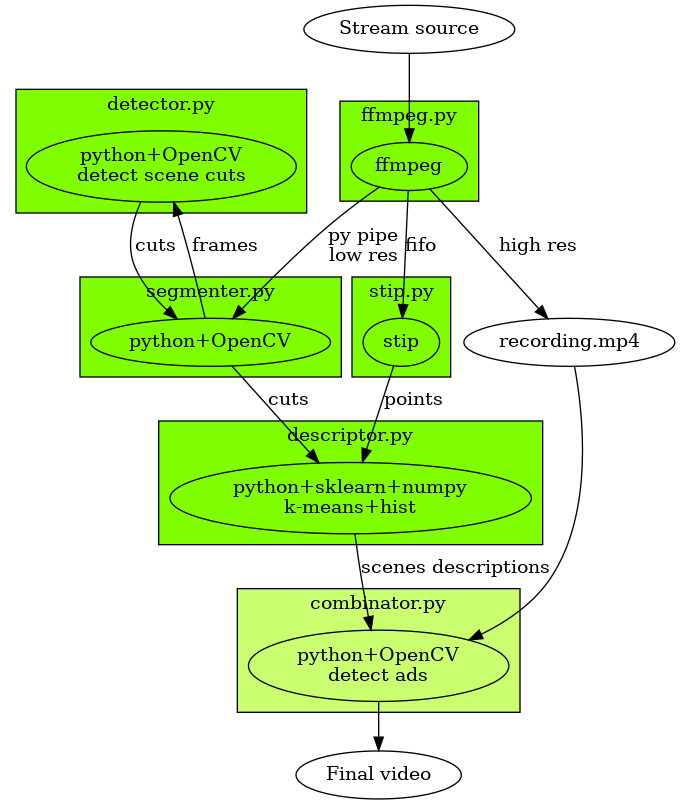
The Graphviz diagram graph.png in ilyaluk/detect_ads, before a commit. Its source is kept beside it as graph.gv.
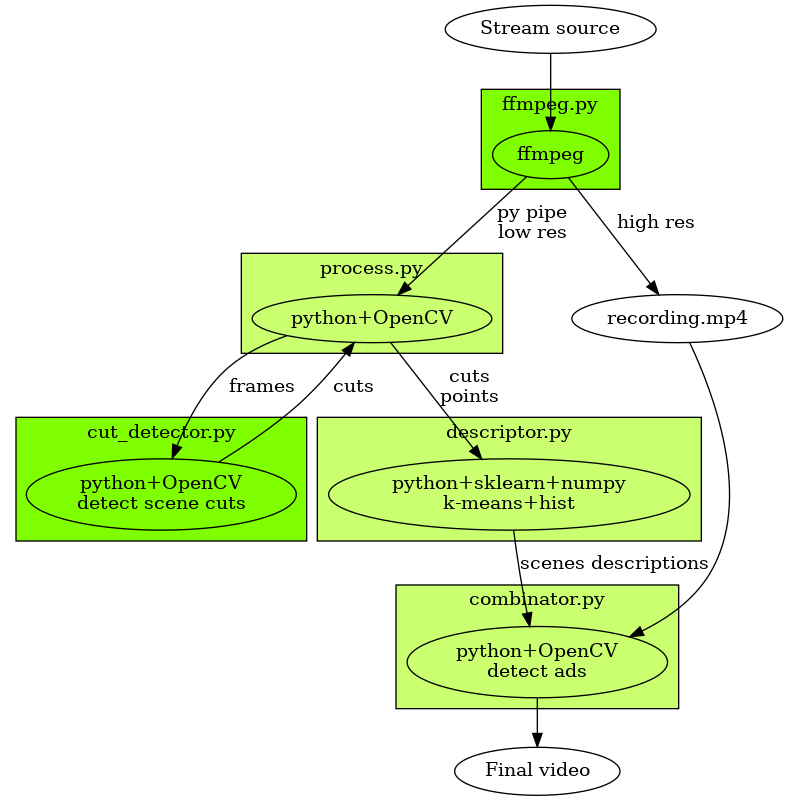
Later version of the same file.

Commit message:
STIP removal in process. Now architecture more clear and fast.

Change to the diagram source:
```diff
@@ -5,18 +5,13 @@
 		bgcolor = "chartreuse";
 	}
 	subgraph cluster_1 {
-		b0[label="stip"];
-		label = "stip.py";
-		bgcolor = "chartreuse";
+		b0[label="python+OpenCV"];
+		label = "process.py";
+		bgcolor = "darkolivegreen1";
 	}
 	subgraph cluster_2 {
 		f0[label="python+OpenCV\ndetect scene cuts"];
-		label = "detector.py";
-		bgcolor = "chartreuse";
-	}
-	subgraph cluster_3 {
-		d0[label="python+OpenCV\n"];
-		label = "segmenter.py";
+		label = "cut_detector.py";
 		bgcolor = "chartreuse";
 	}
 	subgraph cluster_4 {
@@ -27,20 +22,18 @@
 	subgraph cluster_5 {
 		c0[label="python+sklearn+numpy\nk-means+hist"];
 		label = "descriptor.py";
-		bgcolor = "chartreuse";
+		bgcolor = "darkolivegreen1";
 	}
 
 	ss[label="Stream source"]
 	ss -> a0;
-	a0 -> b0[label="fifo"];
-	b0 -> c0[label="points"];
-	a0 -> d0[label="py pipe\nlow res"];
+	a0 -> b0[label="py pipe\nlow res"];
 	a0 -> d3[label="high res"];
 	d3 -> e0;
 	c0 -> e0[label="scenes descriptions"];
-	d0 -> f0[label="frames"];
-	f0 -> d0[label="cuts"];
-	d0 -> c0[label="cuts"]
+	b0 -> f0[label="frames"];
+	f0 -> b0[label="cuts"];
+	b0 -> c0[label="cuts\npoints"]
 	d3[label="recording.mp4"];
 	fv[label="Final video"];
 	e0 -> fv;
```
